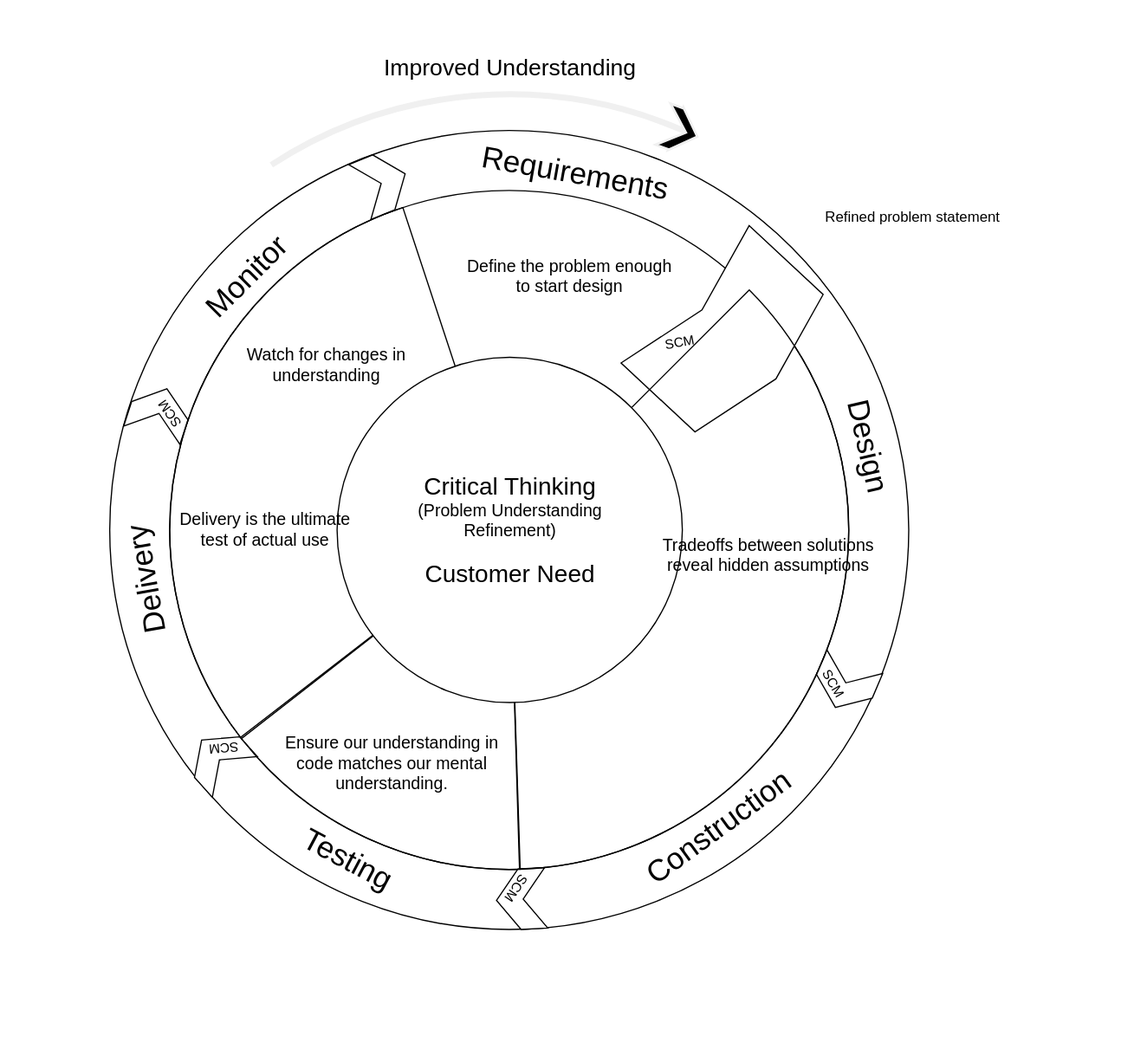
Earlier version of the draw.io export post-media/SWEBOK/problem-refinement-cycle.drawio.svg (farlee2121/DevEssentialsBlog). Source tidied: cells renumbered, new cells last; positions are measured from the earlier drawing's top-left corner, leaving out a move shared by most shapes.
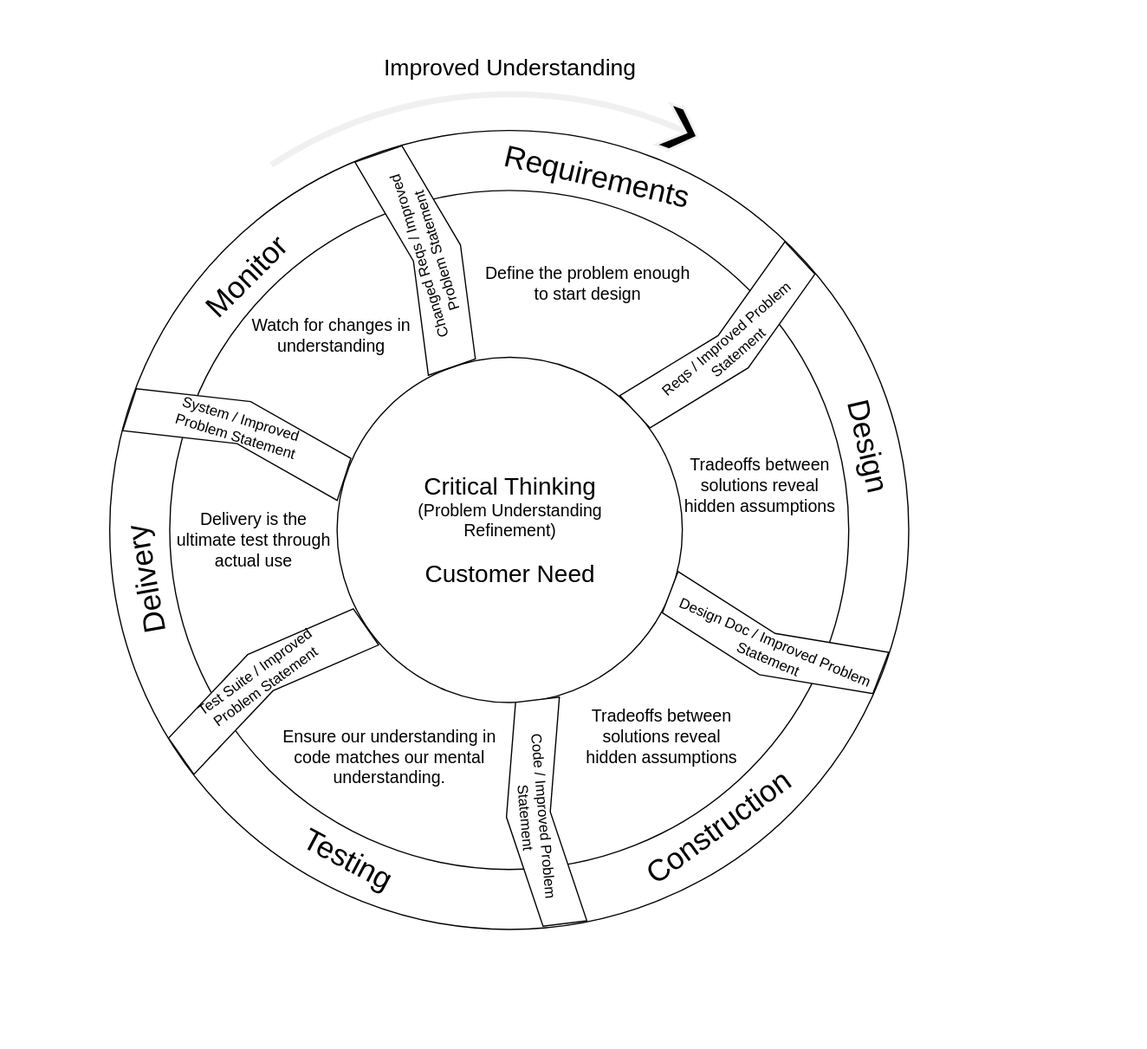
Later version of the same file.

Commit message:
version 1 of lifecycle problem refinement diagram

What changed in the source:
```diff
@@ -20,8 +20,8 @@
     <mxCell id="7" style="ellipse;whiteSpace=wrap;html=1;fillOpacity=100;labelPadding=0;" parent="1" vertex="1">
       <mxGeometry x="80.5" y="110.5" width="560" height="560" as="geometry" />
     </mxCell>
-    <mxCell id="8" value="&lt;font style=&quot;font-size: 25px&quot;&gt;Requirements&lt;/font&gt;" style="text;html=1;align=center;verticalAlign=middle;strokeColor=none;rotation=10;" parent="1" vertex="1">
-      <mxGeometry x="330.4" y="85" width="170" height="20" as="geometry" />
+    <mxCell id="8" value="&lt;font style=&quot;font-size: 25px&quot;&gt;Requirements&lt;/font&gt;" style="text;html=1;align=center;verticalAlign=middle;strokeColor=none;rotation=13;" parent="1" vertex="1">
+      <mxGeometry x="348.4" y="88" width="170" height="20" as="geometry" />
     </mxCell>
     <mxCell id="9" value="&lt;span style=&quot;font-size: 25px;&quot;&gt;Design&lt;/span&gt;" style="text;html=1;align=center;verticalAlign=middle;strokeColor=none;rotation=77;fontSize=25;" parent="1" vertex="1">
       <mxGeometry x="613" y="301" width="90" height="40" as="geometry" />
@@ -41,66 +41,6 @@
     <mxCell id="14" value="&lt;font style=&quot;font-size: 29px&quot;&gt;&lt;br&gt;&lt;/font&gt;" style="text;html=1;align=center;verticalAlign=middle;strokeColor=none;" parent="1" vertex="1">
       <mxGeometry x="362.9" y="386.9" width="20" height="30" as="geometry" />
     </mxCell>
-    <mxCell id="15" style="group;" parent="1" vertex="1">
-      <mxGeometry x="463" y="131" width="160" height="200" as="geometry" />
-    </mxCell>
-    <mxCell id="16" style="html=1;shadow=0;dashed=0;align=center;verticalAlign=middle;shape=mxgraph.arrows2.arrow;dy=0;dx=19;notch=19;fontSize=10;rotation=43;strokeColor=#000000;" parent="15" vertex="1">
-      <mxGeometry x="28.8" y="22.5" width="102.4" height="155" as="geometry" />
-    </mxCell>
-    <mxCell id="17" value="&lt;font style=&quot;font-size: 11px&quot;&gt;SCM&lt;/font&gt;" style="text;html=1;align=center;verticalAlign=middle;strokeColor=none;fontSize=10;rotation=-10;" parent="15" vertex="1">
-      <mxGeometry x="17.7" y="95.1" width="40" height="20" as="geometry" />
-    </mxCell>
-    <mxCell id="18" style="group;rotation=70;" parent="1" vertex="1">
-      <mxGeometry x="605" y="486" width="64.1" height="64.5" as="geometry" />
-    </mxCell>
-    <mxCell id="19" style="html=1;shadow=0;dashed=0;align=center;verticalAlign=middle;shape=mxgraph.arrows2.arrow;dy=0;dx=19;notch=19;fontSize=10;rotation=113;strokeColor=#000000;" parent="18" vertex="1">
-      <mxGeometry x="12" y="7" width="41" height="50" as="geometry" />
-    </mxCell>
-    <mxCell id="20" value="&lt;font style=&quot;font-size: 11px&quot;&gt;SCM&lt;/font&gt;" style="text;html=1;align=center;verticalAlign=middle;strokeColor=none;fontSize=10;rotation=60;" parent="18" vertex="1">
-      <mxGeometry x="3" y="21" width="40" height="20" as="geometry" />
-    </mxCell>
-    <mxCell id="21" style="group;rotation=134;" parent="1" vertex="1">
-      <mxGeometry x="338" y="663" width="64.1" height="64.5" as="geometry" />
-    </mxCell>
-    <mxCell id="22" style="html=1;shadow=0;dashed=0;align=center;verticalAlign=middle;shape=mxgraph.arrows2.arrow;dy=0;dx=19;notch=19;fontSize=10;strokeColor=#000000;rotation=177;" parent="21" vertex="1">
-      <mxGeometry x="12" y="7" width="41" height="50" as="geometry" />
-    </mxCell>
-    <mxCell id="23" value="&lt;font style=&quot;font-size: 11px&quot;&gt;SCM&lt;/font&gt;" style="text;html=1;align=center;verticalAlign=middle;strokeColor=none;fontSize=10;rotation=124;" parent="21" vertex="1">
-      <mxGeometry x="9" y="13" width="40" height="20" as="geometry" />
-    </mxCell>
-    <mxCell id="24" style="group;rotation=-175;" parent="1" vertex="1">
-      <mxGeometry x="88" y="547" width="64.1" height="64.5" as="geometry" />
-    </mxCell>
-    <mxCell id="25" style="html=1;shadow=0;dashed=0;align=center;verticalAlign=middle;shape=mxgraph.arrows2.arrow;dy=0;dx=19;notch=19;fontSize=10;strokeColor=#000000;rotation=-132;" parent="24" vertex="1">
-      <mxGeometry x="12" y="7" width="41" height="50" as="geometry" />
-    </mxCell>
-    <mxCell id="26" value="&lt;font style=&quot;font-size: 11px&quot;&gt;SCM&lt;/font&gt;" style="text;html=1;align=center;verticalAlign=middle;strokeColor=none;fontSize=10;rotation=-185;" parent="24" vertex="1">
-      <mxGeometry x="18" y="14" width="40" height="20" as="geometry" />
-    </mxCell>
-    <mxCell id="27" style="group;rotation=-115;" parent="1" vertex="1">
-      <mxGeometry x="40" y="262" width="63" height="63" as="geometry" />
-    </mxCell>
-    <mxCell id="28" style="html=1;shadow=0;dashed=0;align=center;verticalAlign=middle;shape=mxgraph.arrows2.arrow;dy=0;dx=19;notch=19;fontSize=10;strokeColor=#000000;rotation=-72;" parent="27" vertex="1">
-      <mxGeometry x="11.8" y="6.8" width="40.3" height="48.8" as="geometry" />
-    </mxCell>
-    <mxCell id="29" value="&lt;font style=&quot;font-size: 11px&quot;&gt;SCM&lt;/font&gt;" style="text;html=1;align=center;verticalAlign=middle;strokeColor=none;fontSize=10;rotation=-125;" parent="27" vertex="1">
-      <mxGeometry x="21.6" y="23.4" width="40" height="20" as="geometry" />
-    </mxCell>
-    <mxCell id="30" style="group;rotation=-65;" parent="1" vertex="1">
-      <mxGeometry x="224" y="73" width="63" height="63" as="geometry" />
-    </mxCell>
-    <mxCell id="31" style="html=1;shadow=0;dashed=0;align=center;verticalAlign=middle;shape=mxgraph.arrows2.arrow;dy=0;dx=19;notch=19;fontSize=10;strokeColor=#000000;rotation=-22;" parent="30" vertex="1">
-      <mxGeometry x="11.8" y="6.8" width="40.3" height="48.8" as="geometry" />
-    </mxCell>
-    <mxCell id="32" style="verticalLabelPosition=bottom;verticalAlign=top;html=1;shape=mxgraph.basic.pie;startAngle=0.125;endAngle=0.4948677492611261;fillColor=none;" parent="1" vertex="1">
-      <mxGeometry x="80.5" y="110.5" width="560" height="560" as="geometry" />
-    </mxCell>
-    <mxCell id="33" style="verticalLabelPosition=bottom;verticalAlign=top;html=1;shape=mxgraph.basic.pie;startAngle=0.6453511296115821;endAngle=0.9492697501605719;fillColor=none;" parent="1" vertex="1">
-      <mxGeometry x="80.5" y="110.5" width="560" height="560" as="geometry" />
-    </mxCell>
-    <mxCell id="34" style="verticalLabelPosition=bottom;verticalAlign=top;html=1;shape=mxgraph.basic.pie;startAngle=0.49517859836408784;endAngle=0.6446487157637816;fillColor=none;" parent="1" vertex="1">
-      <mxGeometry x="80.5" y="110.5" width="560" height="560" as="geometry" />
-    </mxCell>
     <mxCell id="35" style="group;" parent="1" vertex="1">
       <mxGeometry x="207.4" y="248.1" width="306.3" height="284.8" as="geometry" />
     </mxCell>
@@ -110,26 +50,86 @@
     <mxCell id="37" value="&lt;font style=&quot;font-size: 20px&quot;&gt;Critical Thinking&amp;nbsp;&lt;/font&gt;&lt;br&gt;&lt;font style=&quot;font-size: 14px&quot;&gt;(Problem Understanding&lt;br&gt;Refinement)&lt;br&gt;&lt;/font&gt;&lt;br&gt;&lt;font style=&quot;font-size: 20px&quot;&gt;Customer Need&lt;/font&gt;" style="ellipse;whiteSpace=wrap;html=1;" parent="35" vertex="1">
       <mxGeometry x="11.2" width="284.8" height="284.8" as="geometry" />
     </mxCell>
-    <mxCell id="38" value="Refined problem statement" style="text;html=1;align=center;verticalAlign=middle;strokeColor=none;" parent="1" vertex="1">
-      <mxGeometry x="613" y="123.3" width="160" height="20" as="geometry" />
-    </mxCell>
     <mxCell id="39" value="&lt;font style=&quot;font-size: 19px&quot;&gt;Improved Understanding&lt;/font&gt;" style="text;html=1;align=center;verticalAlign=middle;strokeColor=none;" parent="1" vertex="1">
       <mxGeometry x="250.5" y="0.2" width="220" height="20" as="geometry" />
     </mxCell>
     <mxCell id="40" value="&lt;font style=&quot;font-size: 14px&quot;&gt;Define the problem enough&lt;br&gt;&amp;nbsp;to start design&lt;/font&gt;" style="text;html=1;align=center;verticalAlign=middle;strokeColor=none;" parent="1" vertex="1">
-      <mxGeometry x="320.5" y="161" width="180" height="40" as="geometry" />
+      <mxGeometry x="335.5" y="167" width="180" height="40" as="geometry" />
     </mxCell>
-    <mxCell id="41" value="&lt;span style=&quot;font-size: 14px&quot;&gt;Tradeoffs between solutions&lt;br&gt;&amp;nbsp;reveal hidden assumptions&lt;/span&gt;" style="text;html=1;align=center;verticalAlign=middle;strokeColor=none;" parent="1" vertex="1">
-      <mxGeometry x="479.1" y="391" width="190" height="40" as="geometry" />
+    <mxCell id="41" value="&lt;span style=&quot;font-size: 14px&quot;&gt;Tradeoffs between&lt;br&gt;&amp;nbsp;solutions reveal&lt;br&gt;&amp;nbsp;hidden assumptions&lt;/span&gt;" style="text;html=1;align=center;verticalAlign=middle;strokeColor=none;" parent="1" vertex="1">
+      <mxGeometry x="497" y="328.5" width="140" height="50" as="geometry" />
     </mxCell>
     <mxCell id="42" value="&lt;div style=&quot;text-align: center&quot;&gt;&lt;span style=&quot;font-size: 14px&quot;&gt;&lt;font face=&quot;helvetica&quot;&gt;Ensure our understanding in code matches our mental understanding.&lt;br&gt;&lt;br&gt;&lt;/font&gt;&lt;/span&gt;&lt;/div&gt;" style="text;whiteSpace=wrap;html=1;" parent="1" vertex="1">
-      <mxGeometry x="162.9" y="550.5" width="200" height="70" as="geometry" />
+      <mxGeometry x="160.9" y="545.5" width="200" height="70" as="geometry" />
     </mxCell>
-    <mxCell id="43" value="&lt;div style=&quot;text-align: center&quot;&gt;&lt;span style=&quot;font-size: 14px&quot;&gt;&lt;font face=&quot;helvetica&quot;&gt;Delivery is the ultimate&lt;/font&gt;&lt;/span&gt;&lt;/div&gt;&lt;div style=&quot;text-align: center&quot;&gt;&lt;span style=&quot;font-size: 14px&quot;&gt;&lt;font face=&quot;helvetica&quot;&gt;&amp;nbsp;test of actual use&lt;/font&gt;&lt;/span&gt;&lt;/div&gt;" style="text;whiteSpace=wrap;html=1;" parent="1" vertex="1">
-      <mxGeometry x="87" y="366.9" width="156" height="70" as="geometry" />
+    <mxCell id="43" value="&lt;div style=&quot;text-align: center&quot;&gt;&lt;span style=&quot;font-size: 14px&quot;&gt;&lt;font face=&quot;helvetica&quot;&gt;Delivery is the&lt;/font&gt;&lt;/span&gt;&lt;/div&gt;&lt;div style=&quot;text-align: center&quot;&gt;&lt;span style=&quot;font-size: 14px&quot;&gt;&lt;font face=&quot;helvetica&quot;&gt;&amp;nbsp;ultimate&amp;nbsp;&lt;/font&gt;&lt;/span&gt;&lt;span style=&quot;font-family: &amp;#34;helvetica&amp;#34; ; font-size: 14px&quot;&gt;test through actual use&lt;/span&gt;&lt;/div&gt;" style="text;whiteSpace=wrap;html=1;" parent="1" vertex="1">
+      <mxGeometry x="71" y="366.9" width="156" height="70" as="geometry" />
     </mxCell>
     <mxCell id="44" value="&lt;div style=&quot;text-align: center&quot;&gt;&lt;font face=&quot;helvetica&quot;&gt;&lt;span style=&quot;font-size: 14px&quot;&gt;Watch for changes in understanding&lt;/span&gt;&lt;/font&gt;&lt;/div&gt;" style="text;whiteSpace=wrap;html=1;" parent="1" vertex="1">
-      <mxGeometry x="131" y="231" width="156" height="70" as="geometry" />
+      <mxGeometry x="135" y="207" width="156" height="70" as="geometry" />
     </mxCell>
+    <mxCell id="15" style="group;fontColor=#FFFFFF;rotation=4;" parent="1" vertex="1">
+      <mxGeometry x="484" y="120.5" width="205" height="250" as="geometry" />
+    </mxCell>
+    <mxCell id="45" style="group;rotation=4;" parent="15" vertex="1">
+      <mxGeometry x="-29" y="29" width="234" height="183.4" as="geometry" />
+    </mxCell>
+    <mxCell id="16" style="html=1;shadow=0;dashed=0;align=center;verticalAlign=middle;shape=mxgraph.arrows2.arrow;dy=0;dx=19;notch=19;fontSize=10;rotation=47;strokeColor=#000000;fillColor=#FFFFFF;fontColor=#000000;" parent="45" vertex="1">
+      <mxGeometry x="56" y="-6" width="55.4" height="186" as="geometry" />
+    </mxCell>
+    <mxCell id="17" value="&lt;font style=&quot;font-size: 12px&quot;&gt;Reqs / Improved Problem&lt;br&gt;&amp;nbsp;Statement&lt;/font&gt;" style="text;html=1;align=center;verticalAlign=middle;strokeColor=none;fontSize=10;rotation=-41;fontColor=#000000;" parent="45" vertex="1">
+      <mxGeometry x="14" y="74" width="150" height="30" as="geometry" />
+    </mxCell>
+    <mxCell id="46" style="group;fontColor=#FFFFFF;rotation=-62;" parent="1" vertex="1">
+      <mxGeometry x="232.9" y="23.2" width="165" height="250" as="geometry" />
+    </mxCell>
+    <mxCell id="47" style="group;rotation=-62;" parent="46" vertex="1">
+      <mxGeometry x="-21" y="48" width="186" height="187.3" as="geometry" />
+    </mxCell>
+    <mxCell id="48" style="html=1;shadow=0;dashed=0;align=center;verticalAlign=middle;shape=mxgraph.arrows2.arrow;dy=0;dx=19;notch=19;fontSize=10;rotation=-19;strokeColor=#000000;fillColor=#FFFFFF;fontColor=#000000;" parent="47" vertex="1">
+      <mxGeometry x="50" y="1" width="60" height="186" as="geometry" />
+    </mxCell>
+    <mxCell id="49" value="&lt;font style=&quot;font-size: 12px&quot;&gt;Changed Reqs / Improved&lt;br&gt;&amp;nbsp;Problem&amp;nbsp;Statement&lt;/font&gt;" style="text;html=1;align=center;verticalAlign=middle;strokeColor=none;fontSize=10;rotation=-107;fontColor=#000000;flipH=0;flipV=1;" parent="47" vertex="1">
+      <mxGeometry x="2" y="77" width="160" height="30" as="geometry" />
+    </mxCell>
+    <mxCell id="50" style="group;rotation=68;" parent="1" vertex="1">
+      <mxGeometry x="486" y="399" width="186" height="183.4" as="geometry" />
+    </mxCell>
+    <mxCell id="51" style="html=1;shadow=0;dashed=0;align=center;verticalAlign=middle;shape=mxgraph.arrows2.arrow;dy=0;dx=19;notch=19;fontSize=10;rotation=111;strokeColor=#000000;fillColor=#FFFFFF;fontColor=#000000;" parent="50" vertex="1">
+      <mxGeometry x="63" y="-8" width="55.4" height="186" as="geometry" />
+    </mxCell>
+    <mxCell id="52" value="&lt;font style=&quot;font-size: 12px&quot;&gt;Design Doc / Improved Problem&lt;br&gt;&amp;nbsp;Statement&lt;/font&gt;" style="text;html=1;align=center;verticalAlign=middle;strokeColor=none;fontSize=10;rotation=23;fontColor=#000000;" parent="50" vertex="1">
+      <mxGeometry x="-4" y="76" width="190" height="30" as="geometry" />
+    </mxCell>
+    <mxCell id="53" style="group;rotation=130;" parent="1" vertex="1">
+      <mxGeometry x="291" y="533" width="177.1" height="183.4" as="geometry" />
+    </mxCell>
+    <mxCell id="54" style="html=1;shadow=0;dashed=0;align=center;verticalAlign=middle;shape=mxgraph.arrows2.arrow;dy=0;dx=19;notch=19;fontSize=10;rotation=173;strokeColor=#000000;fillColor=#FFFFFF;fontColor=#000000;" parent="53" vertex="1">
+      <mxGeometry x="67" y="-2" width="55.4" height="186" as="geometry" />
+    </mxCell>
+    <mxCell id="55" value="&lt;font style=&quot;font-size: 12px&quot;&gt;Code / Improved Problem&lt;br&gt;&amp;nbsp;Statement&lt;/font&gt;" style="text;html=1;align=center;verticalAlign=middle;strokeColor=none;fontSize=10;rotation=85;fontColor=#000000;" parent="53" vertex="1">
+      <mxGeometry x="16" y="79" width="150" height="30" as="geometry" />
+    </mxCell>
+    <mxCell id="56" value="&lt;span style=&quot;font-size: 14px&quot;&gt;Tradeoffs between&lt;br&gt;&amp;nbsp;solutions reveal&lt;br&gt;&amp;nbsp;hidden assumptions&lt;/span&gt;" style="text;html=1;align=center;verticalAlign=middle;strokeColor=none;" parent="1" vertex="1">
+      <mxGeometry x="416" y="536" width="140" height="50" as="geometry" />
+    </mxCell>
+    <mxCell id="57" style="group;rotation=-168;" parent="1" vertex="1">
+      <mxGeometry x="68" y="419" width="177.1" height="183.4" as="geometry" />
+    </mxCell>
+    <mxCell id="58" style="html=1;shadow=0;dashed=0;align=center;verticalAlign=middle;shape=mxgraph.arrows2.arrow;dy=0;dx=19;notch=19;fontSize=10;rotation=-125;strokeColor=#000000;fillColor=#FFFFFF;fontColor=#000000;" parent="57" vertex="1">
+      <mxGeometry x="65" y="4" width="55.4" height="186" as="geometry" />
+    </mxCell>
+    <mxCell id="59" value="&lt;font style=&quot;font-size: 12px&quot;&gt;Test Suite / Improved&lt;br&gt;&amp;nbsp;Problem Statement&lt;/font&gt;" style="text;html=1;align=center;verticalAlign=middle;strokeColor=none;fontSize=10;rotation=-36;fontColor=#000000;" parent="57" vertex="1">
+      <mxGeometry x="22" y="80" width="130" height="30" as="geometry" />
+    </mxCell>
+    <mxCell id="60" style="group;rotation=-115;" parent="1" vertex="1">
+      <mxGeometry x="52" y="213" width="177.1" height="183.4" as="geometry" />
+    </mxCell>
+    <mxCell id="61" style="html=1;shadow=0;dashed=0;align=center;verticalAlign=middle;shape=mxgraph.arrows2.arrow;dy=0;dx=19;notch=19;fontSize=10;rotation=-72;strokeColor=#000000;fillColor=#FFFFFF;fontColor=#000000;" parent="60" vertex="1">
+      <mxGeometry x="59" y="5" width="55.4" height="186" as="geometry" />
+    </mxCell>
+    <mxCell id="62" value="&lt;font style=&quot;font-size: 12px&quot;&gt;System / Improved &lt;br&gt;Problem&amp;nbsp;Statement&lt;/font&gt;" style="text;html=1;align=center;verticalAlign=middle;strokeColor=none;fontSize=10;rotation=17;fontColor=#000000;" parent="60" vertex="1">
+      <mxGeometry x="25" y="78" width="120" height="30" as="geometry" />
+    </mxCell>
   </root>
 </mxGraphModel>
```
